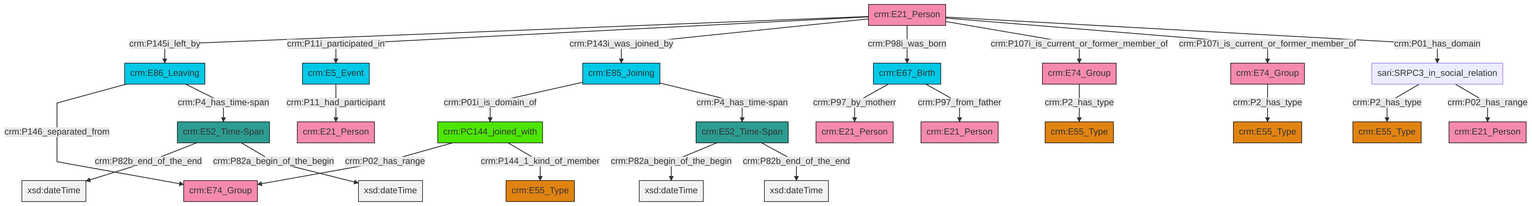
Earlier version of the Mermaid export et/personCSV/ttl/mmd/png/Person_Actor_Relations.png (swiss-art-research-net/reference-data-models). Its source is kept beside it as et/personCSV/ttl/mmd/Person_Actor_Relations.ttl.mmd.
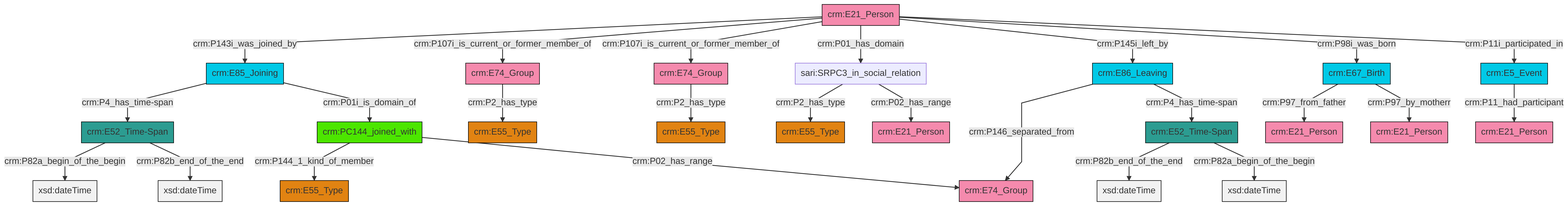
After the change.

Diff of the diagram source:
```diff
@@ -13,27 +13,27 @@
 classDef PC_Classes fill:#4ce600, stroke:#000000;
 classDef Multi fill:#cccccc,stroke:#000000;
 
-0["crm:E21_Person"]:::Actor -->|crm:P145i_left_by| 1["crm:E86_Leaving"]:::Temporal_Entity
-2["crm:E52_Time-Span"]:::Time-Span -->|crm:P82b_end_of_the_end| 3[xsd:dateTime]:::Literal
-0["crm:E21_Person"]:::Actor -->|crm:P11i_participated_in| 4["crm:E5_Event"]:::Temporal_Entity
-6["crm:PC144_joined_with"]:::PC_Classes -->|crm:P02_has_range| 7["crm:E74_Group"]:::Actor
-10["crm:E85_Joining"]:::Temporal_Entity -->|crm:P01i_is_domain_of| 6["crm:PC144_joined_with"]:::PC_Classes
-0["crm:E21_Person"]:::Actor -->|crm:P143i_was_joined_by| 10["crm:E85_Joining"]:::Temporal_Entity
-16["crm:E52_Time-Span"]:::Time-Span -->|crm:P82a_begin_of_the_begin| 17[xsd:dateTime]:::Literal
-1["crm:E86_Leaving"]:::Temporal_Entity -->|crm:P146_separated_from| 7["crm:E74_Group"]:::Actor
-0["crm:E21_Person"]:::Actor -->|crm:P98i_was_born| 18["crm:E67_Birth"]:::Temporal_Entity
-10["crm:E85_Joining"]:::Temporal_Entity -->|crm:P4_has_time-span| 16["crm:E52_Time-Span"]:::Time-Span
-1["crm:E86_Leaving"]:::Temporal_Entity -->|crm:P4_has_time-span| 2["crm:E52_Time-Span"]:::Time-Span
-20["crm:E74_Group"]:::Actor -->|crm:P2_has_type| 23["crm:E55_Type"]:::Type
-16["crm:E52_Time-Span"]:::Time-Span -->|crm:P82b_end_of_the_end| 25[xsd:dateTime]:::Literal
-11["sari:SRPC3_in_social_relation"]:::Default -->|crm:P2_has_type| 26["crm:E55_Type"]:::Type
-0["crm:E21_Person"]:::Actor -->|crm:P107i_is_current_or_former_member_of| 27["crm:E74_Group"]:::Actor
-0["crm:E21_Person"]:::Actor -->|crm:P107i_is_current_or_former_member_of| 20["crm:E74_Group"]:::Actor
-2["crm:E52_Time-Span"]:::Time-Span -->|crm:P82a_begin_of_the_begin| 33[xsd:dateTime]:::Literal
-6["crm:PC144_joined_with"]:::PC_Classes -->|crm:P144_1_kind_of_member| 29["crm:E55_Type"]:::Type
-4["crm:E5_Event"]:::Temporal_Entity -->|crm:P11_had_participant| 34["crm:E21_Person"]:::Actor
-0["crm:E21_Person"]:::Actor -->|crm:P01_has_domain| 11["sari:SRPC3_in_social_relation"]:::Default
-27["crm:E74_Group"]:::Actor -->|crm:P2_has_type| 13["crm:E55_Type"]:::Type
-18["crm:E67_Birth"]:::Temporal_Entity -->|crm:P97_by_motherr| 37["crm:E21_Person"]:::Actor
-11["sari:SRPC3_in_social_relation"]:::Default -->|crm:P02_has_range| 8["crm:E21_Person"]:::Actor
-18["crm:E67_Birth"]:::Temporal_Entity -->|crm:P97_from_father| 43["crm:E21_Person"]:::Actor
+2["crm:E67_Birth"]:::Temporal_Entity -->|crm:P97_from_father| 3["crm:E21_Person"]:::Actor
+6["crm:E21_Person"]:::Actor -->|crm:P143i_was_joined_by| 7["crm:E85_Joining"]:::Temporal_Entity
+8["crm:E52_Time-Span"]:::Time-Span -->|crm:P82b_end_of_the_end| 9[xsd:dateTime]:::Literal
+10["crm:E5_Event"]:::Temporal_Entity -->|crm:P11_had_participant| 11["crm:E21_Person"]:::Actor
+2["crm:E67_Birth"]:::Temporal_Entity -->|crm:P97_by_motherr| 21["crm:E21_Person"]:::Actor
+22["crm:E74_Group"]:::Actor -->|crm:P2_has_type| 23["crm:E55_Type"]:::Type
+8["crm:E52_Time-Span"]:::Time-Span -->|crm:P82a_begin_of_the_begin| 24[xsd:dateTime]:::Literal
+4["sari:SRPC3_in_social_relation"]:::Default -->|crm:P2_has_type| 18["crm:E55_Type"]:::Type
+27["crm:E74_Group"]:::Actor -->|crm:P2_has_type| 28["crm:E55_Type"]:::Type
+6["crm:E21_Person"]:::Actor -->|crm:P107i_is_current_or_former_member_of| 27["crm:E74_Group"]:::Actor
+7["crm:E85_Joining"]:::Temporal_Entity -->|crm:P4_has_time-span| 12["crm:E52_Time-Span"]:::Time-Span
+6["crm:E21_Person"]:::Actor -->|crm:P107i_is_current_or_former_member_of| 22["crm:E74_Group"]:::Actor
+6["crm:E21_Person"]:::Actor -->|crm:P01_has_domain| 4["sari:SRPC3_in_social_relation"]:::Default
+7["crm:E85_Joining"]:::Temporal_Entity -->|crm:P01i_is_domain_of| 35["crm:PC144_joined_with"]:::PC_Classes
+4["sari:SRPC3_in_social_relation"]:::Default -->|crm:P02_has_range| 38["crm:E21_Person"]:::Actor
+12["crm:E52_Time-Span"]:::Time-Span -->|crm:P82a_begin_of_the_begin| 40[xsd:dateTime]:::Literal
+35["crm:PC144_joined_with"]:::PC_Classes -->|crm:P144_1_kind_of_member| 15["crm:E55_Type"]:::Type
+12["crm:E52_Time-Span"]:::Time-Span -->|crm:P82b_end_of_the_end| 42[xsd:dateTime]:::Literal
+25["crm:E86_Leaving"]:::Temporal_Entity -->|crm:P146_separated_from| 0["crm:E74_Group"]:::Actor
+6["crm:E21_Person"]:::Actor -->|crm:P145i_left_by| 25["crm:E86_Leaving"]:::Temporal_Entity
+6["crm:E21_Person"]:::Actor -->|crm:P98i_was_born| 2["crm:E67_Birth"]:::Temporal_Entity
+35["crm:PC144_joined_with"]:::PC_Classes -->|crm:P02_has_range| 0["crm:E74_Group"]:::Actor
+6["crm:E21_Person"]:::Actor -->|crm:P11i_participated_in| 10["crm:E5_Event"]:::Temporal_Entity
+25["crm:E86_Leaving"]:::Temporal_Entity -->|crm:P4_has_time-span| 8["crm:E52_Time-Span"]:::Time-Span
```
